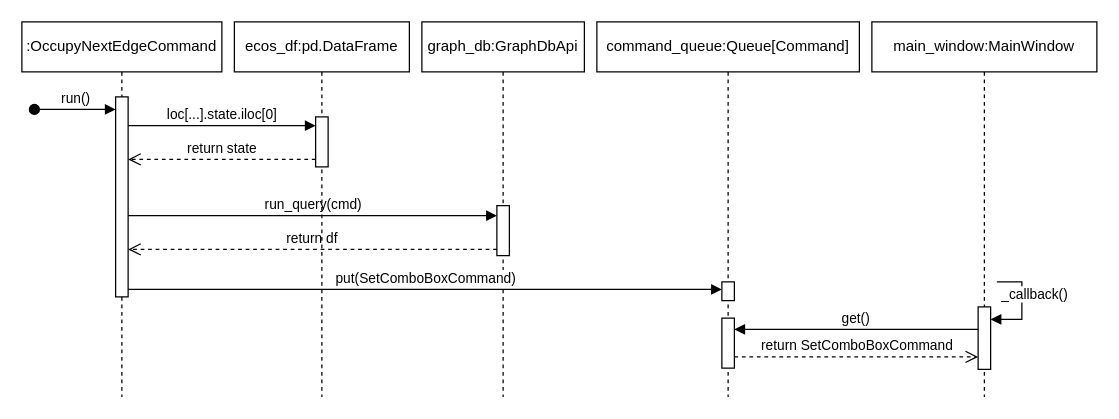
This is procedural/OccupyNextEdgeCommand.drawio from pascalreiss/draw_io_stuff, a draw.io file, before an edit. Source tidied: cells renumbered, new cells numbered last; positions are measured from the earlier drawing's top-left corner, leaving out a move shared by most shapes. Both pictures are drawn from the tidied source at 125%, with x=0, y=0 at pixel (21, 21).
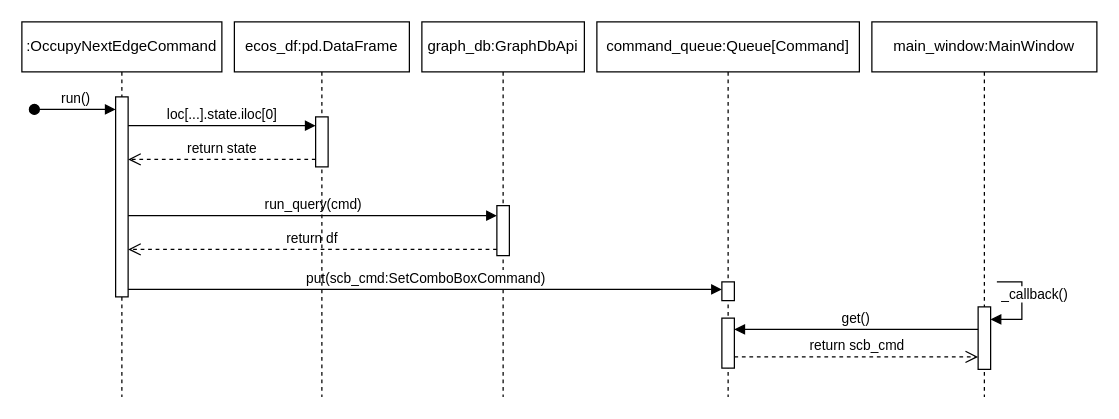
After the change.

Unchanged cells that the change refers to:
```xml
<mxCell id="9" style="html=1;points=[[0,0,0,0,5],[0,1,0,0,-5],[1,0,0,0,5],[1,1,0,0,-5]];perimeter=orthogonalPerimeter;outlineConnect=0;targetShapes=umlLifeline;portConstraint=eastwest;newEdgeStyle={&quot;curved&quot;:0,&quot;rounded&quot;:0};" parent="7" vertex="1">
  <mxGeometry x="100" y="237" width="10" height="40" as="geometry" />
</mxCell>
<mxCell id="11" style="html=1;points=[[0,0,0,0,5],[0,1,0,0,-5],[1,0,0,0,5],[1,1,0,0,-5]];perimeter=orthogonalPerimeter;outlineConnect=0;targetShapes=umlLifeline;portConstraint=eastwest;newEdgeStyle={&quot;curved&quot;:0,&quot;rounded&quot;:0};" parent="10" vertex="1">
  <mxGeometry x="85" y="228" width="10" height="50" as="geometry" />
</mxCell>
```

What changed in the source:
```diff
@@
-    <mxCell id="15" value="put(SetComboBoxCommand)" style="html=1;verticalAlign=bottom;endArrow=block;curved=0;rounded=0;" parent="1" edge="1">
+    <mxCell id="15" value="put(scb_cmd:SetComboBoxCommand)" style="html=1;verticalAlign=bottom;endArrow=block;curved=0;rounded=0;" parent="1" edge="1">
       <mxGeometry relative="1" as="geometry">
         <mxPoint x="85" y="214" as="sourcePoint" />
         <mxPoint x="560" y="214" as="targetPoint" />
       </mxGeometry>
     </mxCell>
@@
-    <mxCell id="17" value="return SetComboBoxCommand" style="html=1;verticalAlign=bottom;endArrow=open;dashed=1;endSize=8;curved=0;rounded=0;" parent="1" edge="1" source="9" target="11">
+    <mxCell id="17" value="return scb_cmd" style="html=1;verticalAlign=bottom;endArrow=open;dashed=1;endSize=8;curved=0;rounded=0;" parent="1" edge="1" source="9" target="11">
       <mxGeometry relative="1" as="geometry">
         <Array as="points">
           <mxPoint x="670" y="268" />
         </Array>
       </mxGeometry>
     </mxCell>
```
